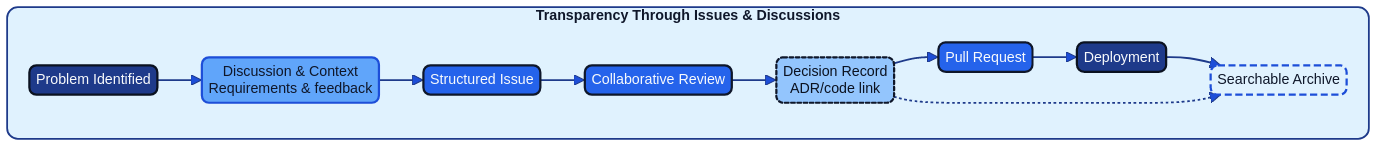
Earlier version of the Mermaid export docs/images/diagram_19_transparency_flow.png (Geonitab/architecture_as_code). Its source is kept beside it as docs/images/diagram_19_transparency_flow.mmd.
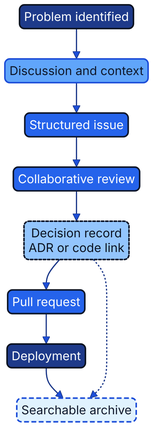
After the commit.

The edit, as a diff of the source:
```diff
@@ -1,20 +1,12 @@
 graph TB
-    subgraph "Transparency Through Issues & Discussions"
-        Problem[Problem Identified]:::kv-primary
-        Discussion[Discussion & Context<br/>Requirements & feedback]:::kv-highlight
-        Issue[Structured Issue]:::kv-accent
-        Review[Collaborative Review]:::kv-accent
-        Decision[Decision Record<br/>ADR/code link]:::kv-pattern
-        PR[Pull Request]:::kv-accent
-        Deployment[Deployment]:::kv-primary
-        Archive[Searchable Archive]:::kv-muted
-    end
+    Problem[Problem identified]:::kv-primary
+    Discussion[Discussion and context]:::kv-highlight
+    Issue[Structured issue]:::kv-accent
+    Review[Collaborative review]:::kv-accent
+    Decision["Decision record<br/>ADR or code link"]:::kv-pattern
+    PR[Pull request]:::kv-accent
+    Deployment[Deployment]:::kv-primary
+    Archive[Searchable archive]:::kv-muted
 
-    Problem --> Discussion
-    Discussion --> Issue
-    Issue --> Review
-    Review --> Decision
-    Decision --> PR
-    PR --> Deployment
-    Deployment --> Archive
+    Problem --> Discussion --> Issue --> Review --> Decision --> PR --> Deployment --> Archive
     Decision -.-> Archive
```
